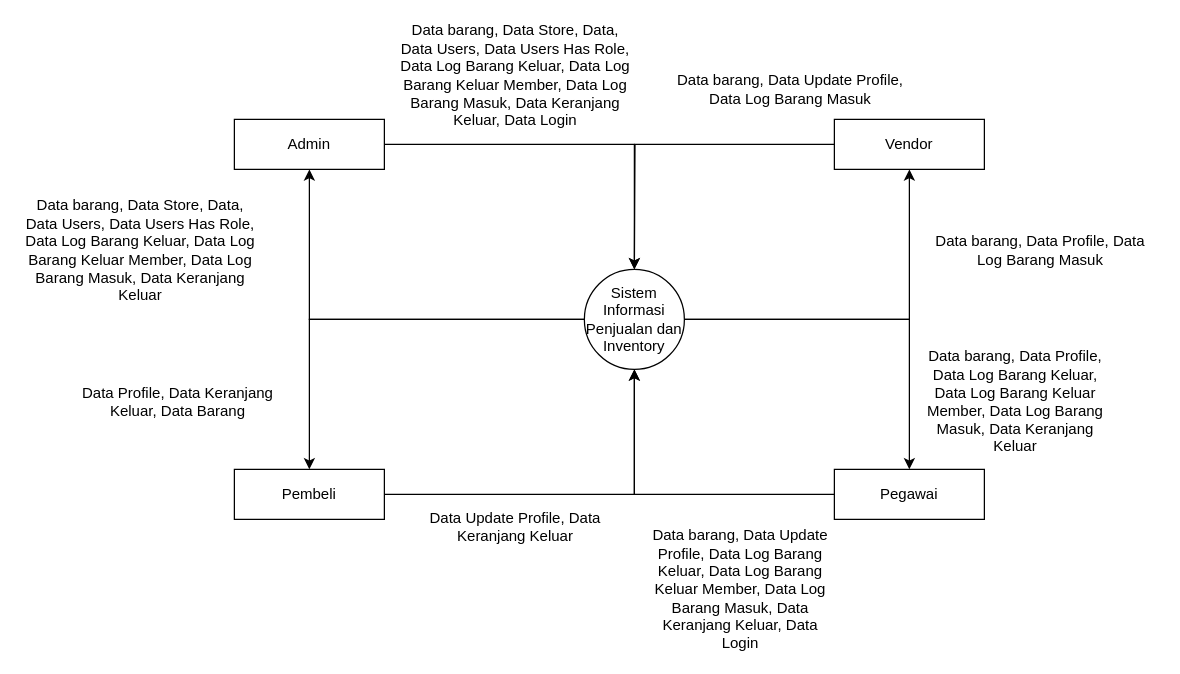
umarshd/dfd-skripsi keeps this draw.io diagram as page "DFD Level 0" (1 of 18) of Sistem Informasi dan Inventory/Sistem informasi penjualan dan inventory.drawio. Above is the earlier version. Source tidied: cells renumbered, new cells numbered last; positions are measured from the earlier drawing's top-left corner, leaving out a move shared by most shapes. Both pictures are drawn from the tidied source at 125%, with x=0, y=0 at pixel (21, 56).
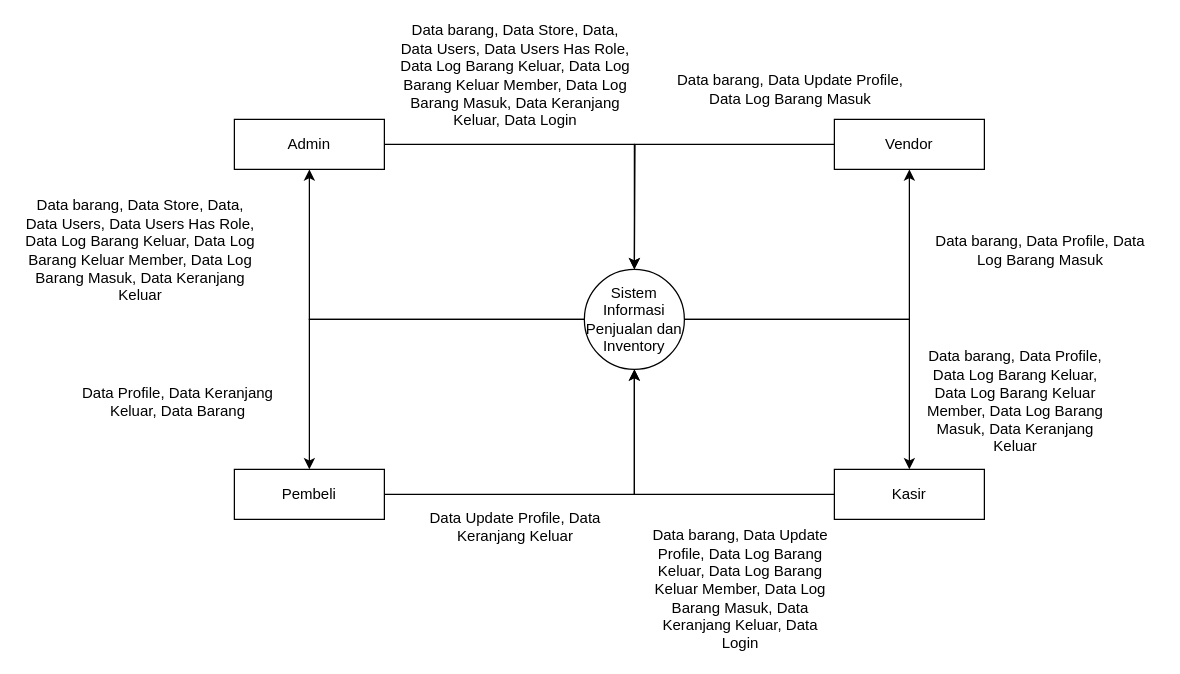
The same page after the edit.

Change to the diagram source:
```diff
@@
-    <mxCell id="15" value="Pegawai" style="rounded=0;whiteSpace=wrap;html=1;" parent="1" vertex="1">
+    <mxCell id="15" value="Kasir" style="rounded=0;whiteSpace=wrap;html=1;" parent="1" vertex="1">
       <mxGeometry x="650" y="330" width="120" height="40" as="geometry" />
     </mxCell>
```
